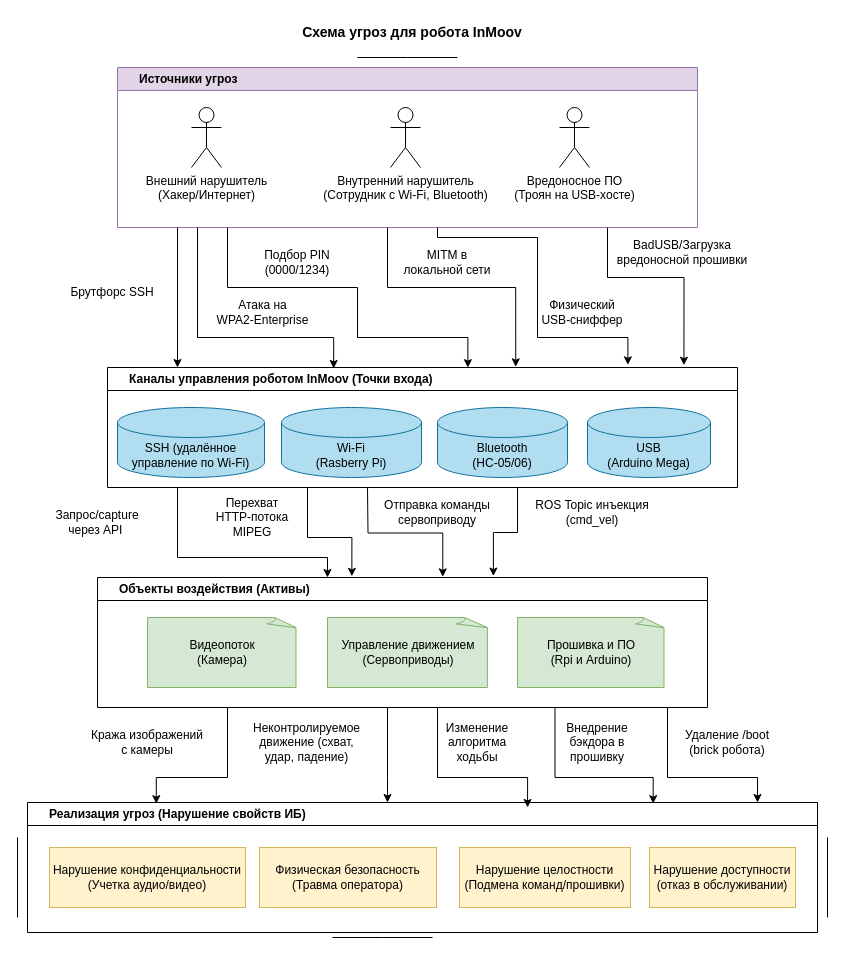
Discordiks/Buttons keeps this draw.io diagram as page "Схема угроз" (2 of 5) of Диаграмма без названия.drawio. Above is the earlier version. Source tidied: cells renumbered, new cells numbered last; positions are measured from the earlier drawing's top-left corner, leaving out a move shared by most shapes. Both pictures are drawn from the tidied source at 100%, with x=0, y=0 at pixel (17, 17).
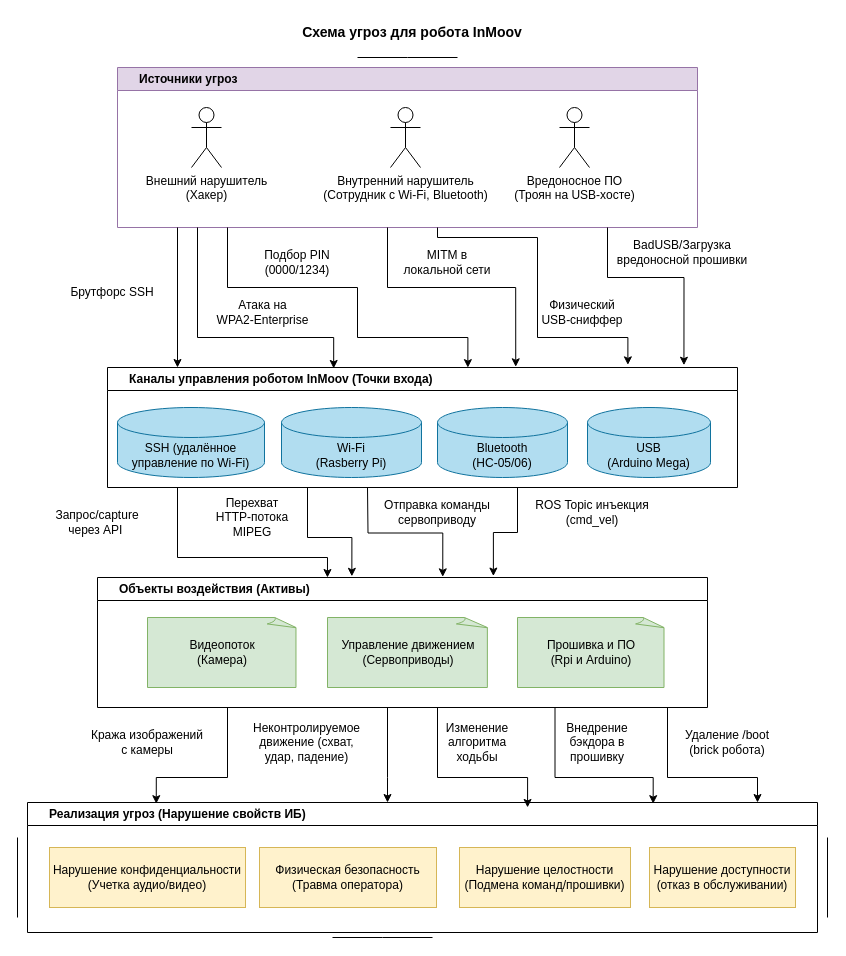
After the change.

The change refers to these unchanged cells:
```xml
<mxCell id="16" value="&amp;nbsp; &amp;nbsp; &amp;nbsp; Источники угроз" style="swimlane;whiteSpace=wrap;html=1;align=left;fillColor=#e1d5e7;strokeColor=#9673a6;" parent="1" vertex="1">
  <mxGeometry x="100" y="50" width="580" height="160" as="geometry" />
</mxCell>
```

Diff of the diagram source:
```diff
@@
-    <mxCell id="17" value="Внешний нарушитель&lt;div&gt;(Хакер/Интернет)&lt;/div&gt;" style="shape=umlActor;verticalLabelPosition=bottom;verticalAlign=top;html=1;" parent="16" vertex="1">
+    <mxCell id="17" value="Внешний нарушитель&lt;div&gt;(Хакер)&lt;/div&gt;" style="shape=umlActor;verticalLabelPosition=bottom;verticalAlign=top;html=1;" parent="16" vertex="1">
       <mxGeometry x="74" y="40" width="30" height="60" as="geometry" />
     </mxCell>
```
